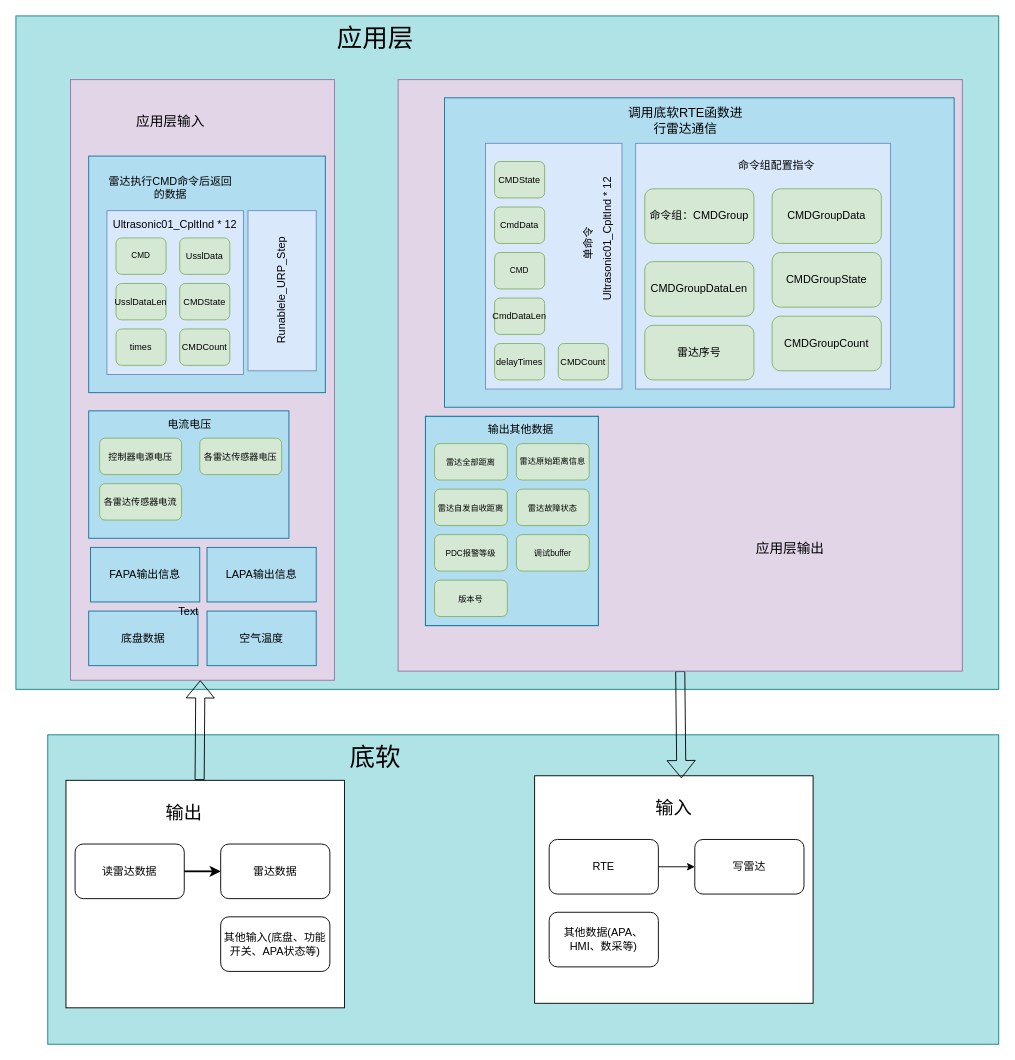
This is page "第 9 页" (6 of 6) of YDU2.0/YDU2.0算法架构.drawio from bugquella/diagrams, a draw.io file, before an edit. Source tidied: cells renumbered, new cells numbered last; positions are measured from the earlier drawing's top-left corner, leaving out a move shared by most shapes. Both pictures are drawn from the tidied source at 91%, with x=0, y=0 at pixel (15, 15).
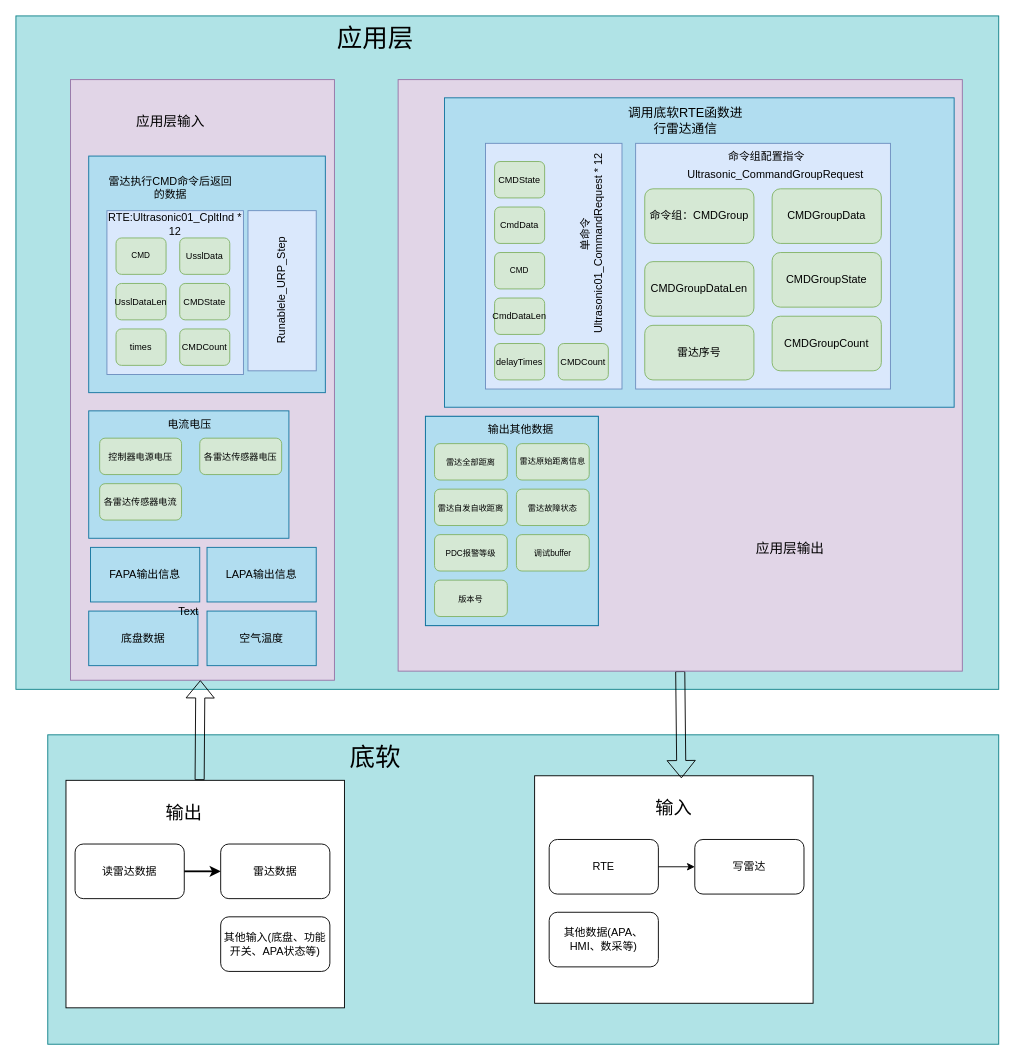
The same page after the edit.

Commit message (it also covers changes not shown here):
更新YDU2.0算法架构.drawio

The change refers to these unchanged cells:
```xml
<mxCell id="15" style="group;" parent="1" vertex="1">
  <mxGeometry x="80" y="100" width="260" height="614" as="geometry" />
</mxCell>
<mxCell id="45" style="group;" parent="1" vertex="1">
  <mxGeometry x="420" y="70" width="620" height="650" as="geometry" />
</mxCell>
```

Change to the diagram source:
```diff
@@
-    <mxCell id="36" value="Ultrasonic01_CpltInd * 12" style="text;html=1;strokeColor=none;fillColor=none;align=center;verticalAlign=middle;whiteSpace=wrap;rounded=0;" parent="15" vertex="1">
+    <mxCell id="36" value="RTE:Ultrasonic01_CpltInd * 12" style="text;html=1;strokeColor=none;fillColor=none;align=center;verticalAlign=middle;whiteSpace=wrap;rounded=0;" parent="15" vertex="1">
       <mxGeometry x="15" y="114" width="160" height="30" as="geometry" />
     </mxCell>
@@
-    <mxCell id="68" value="Ultrasonic01_CpltInd * 12" style="text;html=1;strokeColor=none;fillColor=none;align=center;verticalAlign=middle;whiteSpace=wrap;rounded=0;horizontal=0;" parent="45" vertex="1">
-      <mxGeometry x="150" y="90" width="160" height="170" as="geometry" />
+    <mxCell id="68" value="Ultrasonic01_CommandRequest * 12" style="text;html=1;strokeColor=none;fillColor=none;align=center;verticalAlign=middle;whiteSpace=wrap;rounded=0;horizontal=0;" parent="45" vertex="1">
+      <mxGeometry x="140" y="70" width="160" height="220" as="geometry" />
     </mxCell>
@@
     <mxCell id="76" value="命令组配置指令" style="text;html=1;strokeColor=none;fillColor=none;align=center;verticalAlign=middle;whiteSpace=wrap;rounded=0;" parent="45" vertex="1">
-      <mxGeometry x="361" y="80" width="110" height="30" as="geometry" />
+      <mxGeometry x="350" y="70" width="110" height="30" as="geometry" />
     </mxCell>
     <mxCell id="77" value="单命令" style="text;html=1;strokeColor=none;fillColor=none;align=center;verticalAlign=middle;whiteSpace=wrap;rounded=0;horizontal=0;" parent="45" vertex="1">
-      <mxGeometry x="180" y="100" width="60" height="160" as="geometry" />
+      <mxGeometry x="176" y="90" width="60" height="160" as="geometry" />
     </mxCell>
+    <mxCell id="78" value="Ultrasonic_CommandGroup&lt;a name=&quot;OLE_LINK37&quot;&gt;Request&lt;/a&gt;" style="text;html=1;strokeColor=none;fillColor=none;align=center;verticalAlign=middle;whiteSpace=wrap;rounded=0;" parent="45" vertex="1">
+      <mxGeometry x="310" y="90" width="210" height="30" as="geometry" />
+    </mxCell>
```
